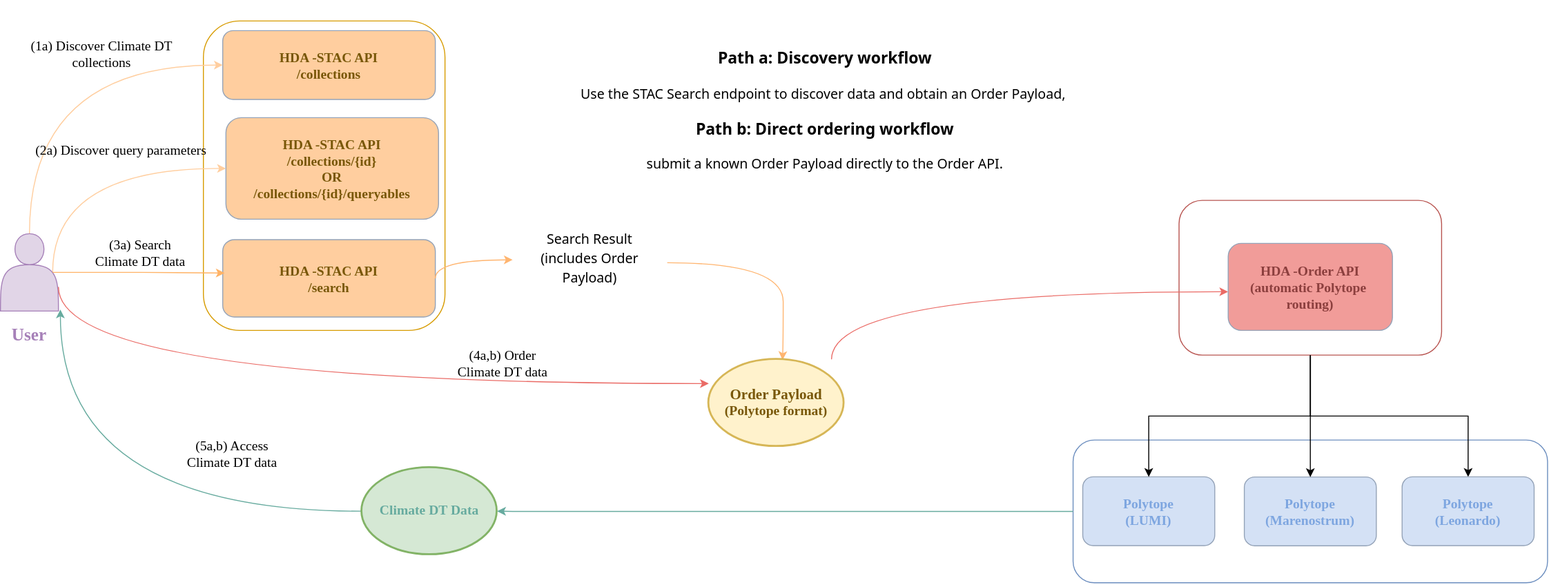
This is HDA/DestinE_Digital_Twins/img/climatePlotter.drawio.svg from destination-earth/DestinE-DataLake-Lab, a draw.io export, as it was before one commit. Source tidied: cells renumbered, new cells last; positions are measured from the earlier drawing's top-left corner, leaving out a move shared by most shapes.
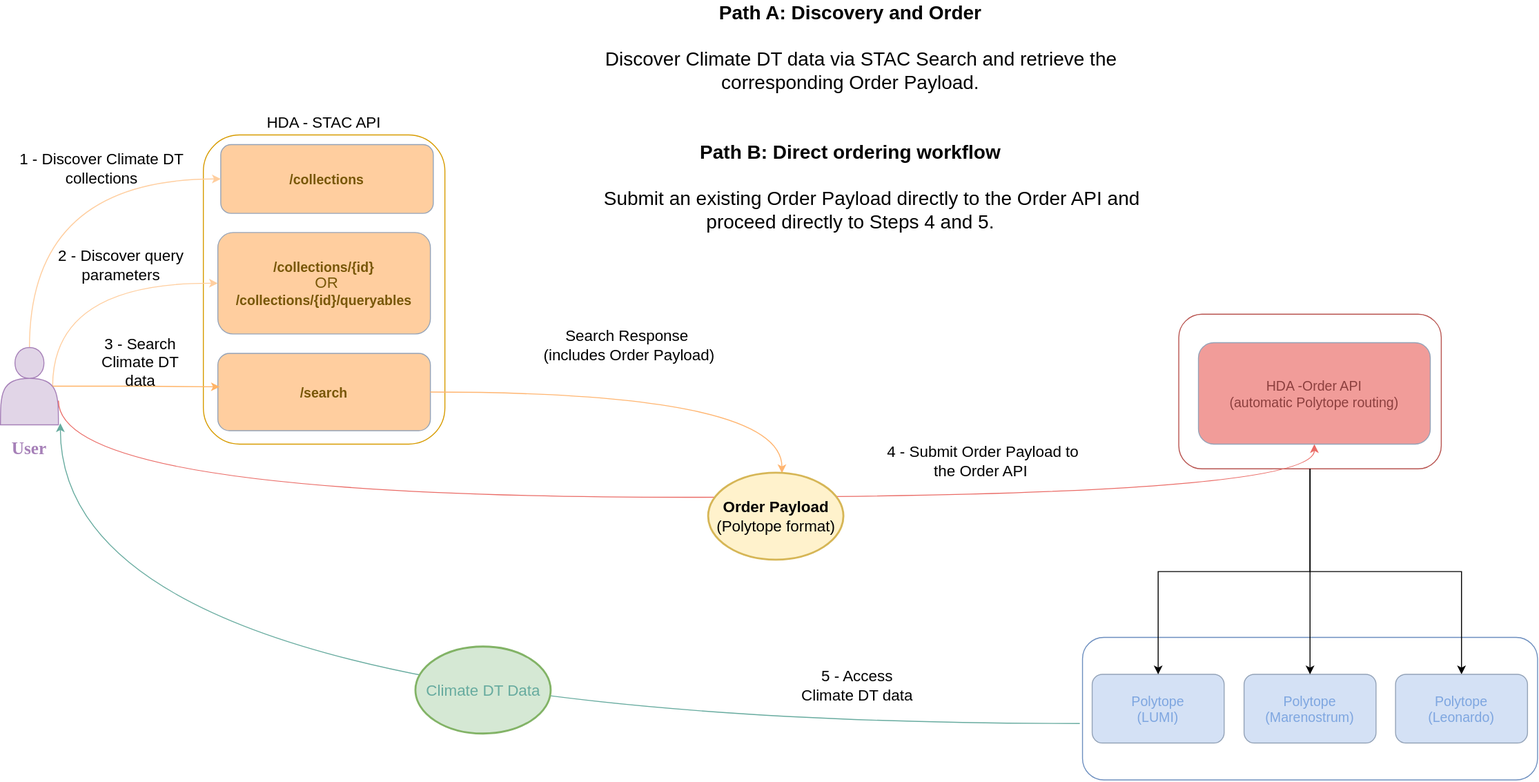
Above is the later version.

What changed in the source:
```diff
@@ -2,24 +2,30 @@
   <root>
     <mxCell id="0" />
     <mxCell id="1" parent="0" />
-    <mxCell id="2" value="Cloud A" style="rounded=1;whiteSpace=wrap;html=1;fillColor=#FFFFFF;strokeColor=#d79b00;" parent="1" vertex="1">
+    <mxCell id="2" value="Cloud A" style="rounded=1;whiteSpace=wrap;html=1;fillColor=#FFFFFF;strokeColor=#d79b00;fontSize=14;" parent="1" vertex="1">
       <mxGeometry x="210" y="9" width="250" height="320" as="geometry" />
     </mxCell>
-    <mxCell id="3" value="HDA -STAC API&#10;/collections" style="rounded=1;fillColor=#FFCE9F;strokeColor=#94A3B8;fontFamily=Comic Sans MS;fontColor=#785708;fontStyle=1;fontSize=14;" parent="2" vertex="1">
-      <mxGeometry x="20" y="10" width="220" height="71.1" as="geometry" />
+    <mxCell id="3" value="/collections" style="rounded=1;fillColor=#FFCE9F;strokeColor=#94A3B8;fontFamily=Helvetica;fontColor=#785708;fontStyle=1;fontSize=14;" parent="2" vertex="1">
+      <mxGeometry x="18" y="10" width="220" height="71.1" as="geometry" />
     </mxCell>
-    <mxCell id="4" value="HDA -STAC API&#10;/collections/{id}&#10;OR&#10;/collections/{id}/queryables" style="rounded=1;fillColor=#FFCE9F;strokeColor=#94A3B8;fontColor=#785708;fontStyle=1;fontFamily=Comic Sans MS;fontSize=14;" parent="2" vertex="1">
-      <mxGeometry x="23.3" y="100" width="220" height="105" as="geometry" />
+    <mxCell id="4" value="/collections/{id}&#10;&#10;/collections/{id}/queryables" style="rounded=1;fillColor=#FFCE9F;strokeColor=#94A3B8;fontColor=#785708;fontStyle=1;fontFamily=Helvetica;fontSize=14;" parent="2" vertex="1">
+      <mxGeometry x="15" y="101" width="220" height="105" as="geometry" />
     </mxCell>
-    <mxCell id="5" value="HDA -STAC API&#10;/search" style="rounded=1;fillColor=#FFCE9F;strokeColor=#94A3B8;fontStyle=1;fontFamily=Comic Sans MS;fontColor=#785708;fontSize=14;" parent="2" vertex="1">
-      <mxGeometry x="20" y="226.1" width="220" height="80" as="geometry" />
+    <mxCell id="5" value="/search" style="rounded=1;fillColor=#FFCE9F;strokeColor=#94A3B8;fontStyle=1;fontFamily=Helvetica;fontColor=#785708;fontSize=14;" parent="2" vertex="1">
+      <mxGeometry x="15" y="226.1" width="220" height="80" as="geometry" />
     </mxCell>
+    <mxCell id="36" value="&lt;font style=&quot;font-size: 16px; color: rgb(120, 87, 8);&quot;&gt;OR&lt;/font&gt;" style="text;html=1;whiteSpace=wrap;strokeColor=none;fillColor=none;align=center;verticalAlign=middle;rounded=0;fontSize=14;" parent="2" vertex="1">
+      <mxGeometry x="98" y="137.5" width="60" height="30" as="geometry" />
+    </mxCell>
     <mxCell id="6" style="rounded=1;whiteSpace=wrap;html=1;fillColor=#FFFFFF;strokeColor=#6c8ebf;" parent="1" vertex="1">
-      <mxGeometry x="1110" y="442.4" width="491" height="147.6" as="geometry" />
+      <mxGeometry x="1120" y="529" width="471" height="147.6" as="geometry" />
     </mxCell>
     <mxCell id="7" style="edgeStyle=orthogonalEdgeStyle;rounded=0;jettySize=auto;html=1;" parent="1" edge="1" source="8" target="25">
       <mxGeometry relative="1" as="geometry" />
     </mxCell>
+    <mxCell id="37" style="edgeStyle=orthogonalEdgeStyle;rounded=0;jettySize=auto;html=1;exitX=0.5;exitY=1;exitDx=0;exitDy=0;entryX=0.5;entryY=1;entryDx=0;entryDy=0;" parent="1" edge="1" source="8" target="34">
+      <mxGeometry relative="1" as="geometry" />
+    </mxCell>
     <mxCell id="8" style="rounded=1;whiteSpace=wrap;html=1;fillColor=#FFFFFF;strokeColor=#b85450;" parent="1" vertex="1">
       <mxGeometry x="1219.7" y="194.6" width="271.7" height="160" as="geometry" />
     </mxCell>
@@ -39,17 +45,17 @@
     <mxCell id="12" value="User" style="text;html=1;whiteSpace=wrap;strokeColor=none;fillColor=none;align=center;verticalAlign=middle;rounded=0;fontColor=#A680B8;fontStyle=1;fontFamily=Comic Sans MS;fontSize=18;" parent="1" vertex="1">
       <mxGeometry y="319" width="60" height="30" as="geometry" />
     </mxCell>
-    <mxCell id="13" value="Polytope &#10;(LUMI)" style="rounded=1;fillColor=#D4E1F5;strokeColor=#94A3B8;fontStyle=1;fontFamily=Comic Sans MS;fontColor=#7EA6E0;fontSize=14;" parent="1" vertex="1">
-      <mxGeometry x="1120" y="480.4" width="136.6" height="71.1" as="geometry" />
+    <mxCell id="13" value="Polytope &#10;(LUMI)" style="rounded=1;fillColor=#D4E1F5;strokeColor=#94A3B8;fontStyle=0;fontFamily=Helvetica;fontColor=#7EA6E0;fontSize=14;" parent="1" vertex="1">
+      <mxGeometry x="1130" y="567.2" width="136.6" height="71.1" as="geometry" />
     </mxCell>
-    <mxCell id="14" style="edgeStyle=orthogonalEdgeStyle;rounded=0;jettySize=auto;html=1;curved=1;entryX=1.033;entryY=0.98;entryDx=0;entryDy=0;entryPerimeter=0;strokeColor=#67AB9F;" parent="1" edge="1" source="15" target="11">
+    <mxCell id="14" style="edgeStyle=orthogonalEdgeStyle;rounded=0;jettySize=auto;html=1;curved=1;entryX=1.033;entryY=0.98;entryDx=0;entryDy=0;entryPerimeter=0;strokeColor=#67AB9F;exitX=-0.006;exitY=0.604;exitDx=0;exitDy=0;exitPerimeter=0;" parent="1" edge="1" source="6" target="11">
       <mxGeometry relative="1" as="geometry" />
     </mxCell>
-    <mxCell id="15" value="&lt;b&gt;&lt;font face=&quot;Comic Sans MS&quot; style=&quot;color: rgb(103, 171, 159); font-size: 14px;&quot;&gt;Climate DT Data&lt;/font&gt;&lt;/b&gt;" style="strokeWidth=2;html=1;shape=mxgraph.flowchart.start_1;whiteSpace=wrap;strokeColor=#82b366;fillColor=#d5e8d4;" parent="1" vertex="1">
-      <mxGeometry x="374" y="471" width="140" height="90" as="geometry" />
+    <mxCell id="15" value="&lt;font style=&quot;font-size: 16px;&quot; face=&quot;Helvetica&quot;&gt;&lt;font style=&quot;color: rgb(103, 171, 159);&quot;&gt;Climate DT Data&lt;/font&gt;&lt;/font&gt;" style="strokeWidth=2;html=1;shape=mxgraph.flowchart.start_1;whiteSpace=wrap;strokeColor=#82b366;fillColor=#d5e8d4;fontSize=14;" parent="1" vertex="1">
+      <mxGeometry x="430" y="539" width="140" height="90" as="geometry" />
     </mxCell>
-    <mxCell id="16" value="Polytope &#10;(Marenostrum)" style="rounded=1;fillColor=#D4E1F5;strokeColor=#94A3B8;fontColor=#7EA6E0;fontStyle=1;fontFamily=Comic Sans MS;fontSize=14;" parent="1" vertex="1">
-      <mxGeometry x="1287.2" y="480.6" width="136.6" height="71.1" as="geometry" />
+    <mxCell id="16" value="Polytope &#10;(Marenostrum)" style="rounded=1;fillColor=#D4E1F5;strokeColor=#94A3B8;fontColor=#7EA6E0;fontStyle=0;fontFamily=Helvetica;fontSize=14;" parent="1" vertex="1">
+      <mxGeometry x="1287.2" y="567.2" width="136.6" height="71.1" as="geometry" />
     </mxCell>
     <mxCell id="17" style="edgeStyle=orthogonalEdgeStyle;rounded=0;jettySize=auto;html=1;entryX=0.5;entryY=0;entryDx=0;entryDy=0;" parent="1" edge="1" source="8" target="13">
       <mxGeometry relative="1" as="geometry" />
@@ -57,78 +63,60 @@
     <mxCell id="18" style="edgeStyle=orthogonalEdgeStyle;rounded=0;jettySize=auto;html=1;exitX=0.5;exitY=1;exitDx=0;exitDy=0;entryX=0.5;entryY=0;entryDx=0;entryDy=0;" parent="1" edge="1" source="8" target="16">
       <mxGeometry relative="1" as="geometry" />
     </mxCell>
-    <mxCell id="19" style="edgeStyle=orthogonalEdgeStyle;rounded=0;jettySize=auto;html=1;exitX=0;exitY=0.5;exitDx=0;exitDy=0;entryX=1;entryY=0.5;entryDx=0;entryDy=0;entryPerimeter=0;strokeColor=#67AB9F;" parent="1" edge="1" source="6" target="15">
-      <mxGeometry relative="1" as="geometry">
-        <Array as="points">
-          <mxPoint x="530" y="516.2" />
-        </Array>
-      </mxGeometry>
-    </mxCell>
-    <mxCell id="20" value="&lt;font face=&quot;Comic Sans MS&quot; style=&quot;font-size: 14px;&quot;&gt;(1a) Discover Climate DT collections&lt;/font&gt;" style="text;html=1;whiteSpace=wrap;strokeColor=none;fillColor=none;align=center;verticalAlign=middle;rounded=0;" parent="1" vertex="1">
+    <mxCell id="20" value="&lt;p&gt;&lt;font face=&quot;Helvetica&quot; style=&quot;font-size: 16px;&quot;&gt;1 - Discover Climate DT collections&lt;/font&gt;&lt;/p&gt;" style="text;html=1;whiteSpace=wrap;strokeColor=none;fillColor=none;align=center;verticalAlign=middle;rounded=0;fontSize=14;" parent="1" vertex="1">
       <mxGeometry x="10" y="29" width="190" height="30" as="geometry" />
     </mxCell>
-    <mxCell id="21" value="&lt;font face=&quot;Comic Sans MS&quot; style=&quot;font-size: 14px;&quot;&gt;(3a) Search &lt;br&gt;Climate DT data&lt;/font&gt;" style="text;html=1;whiteSpace=wrap;strokeColor=none;fillColor=none;align=center;verticalAlign=middle;rounded=0;" parent="1" vertex="1">
-      <mxGeometry x="50" y="235.1" width="190" height="30" as="geometry" />
-    </mxCell>
-    <mxCell id="22" value="&lt;font face=&quot;Comic Sans MS&quot; style=&quot;font-size: 14px;&quot;&gt;(2a) Discover query parameters&lt;br&gt;&lt;/font&gt;" style="text;html=1;whiteSpace=wrap;strokeColor=none;fillColor=none;align=center;verticalAlign=middle;rounded=0;" parent="1" vertex="1">
+    <mxCell id="22" value="&lt;p&gt;&lt;font face=&quot;Helvetica&quot; style=&quot;font-size: 16px;&quot;&gt;2 - Discover query parameters&lt;/font&gt;&lt;font face=&quot;Helvetica&quot; size=&quot;3&quot;&gt;&lt;br&gt;&lt;/font&gt;&lt;/p&gt;" style="text;html=1;whiteSpace=wrap;strokeColor=none;fillColor=none;align=center;verticalAlign=middle;rounded=0;fontFamily=Helvetica;fontSize=14;fontColor=default;fontStyle=0;" parent="1" vertex="1">
       <mxGeometry x="30" y="129" width="190" height="30" as="geometry" />
     </mxCell>
-    <mxCell id="23" value="&lt;font face=&quot;Comic Sans MS&quot;&gt;&lt;span style=&quot;font-size: 14px;&quot;&gt;(4a,b) Order &lt;br&gt;Climate DT data&lt;/span&gt;&lt;/font&gt;" style="text;html=1;whiteSpace=wrap;strokeColor=none;fillColor=none;align=center;verticalAlign=middle;rounded=0;" parent="1" vertex="1">
-      <mxGeometry x="420" y="349" width="200" height="30" as="geometry" />
+    <mxCell id="23" value="&lt;p&gt;&lt;font style=&quot;font-size: 16px;&quot; face=&quot;Helvetica&quot;&gt;&amp;nbsp;&lt;/font&gt;&lt;font size=&quot;3&quot; face=&quot;Helvetica&quot;&gt;4&amp;nbsp;- Submit Order Payload to the Order API&lt;/font&gt;&lt;/p&gt;&lt;div style=&quot;font-style: normal; line-height: 20px;&quot;&gt;&lt;p class=&quot;ZFBmb0dx VWFOamt0 enMwc1pv&quot;&gt;&lt;br&gt;&lt;/p&gt;&lt;/div&gt;" style="text;html=1;whiteSpace=wrap;strokeColor=none;fillColor=none;align=center;verticalAlign=middle;rounded=0;fontFamily=Helvetica;fontSize=14;fontColor=default;fontStyle=0;" parent="1" vertex="1">
+      <mxGeometry x="900" y="349" width="230" height="30" as="geometry" />
     </mxCell>
-    <mxCell id="24" value="&lt;font face=&quot;Comic Sans MS&quot;&gt;&lt;span style=&quot;font-size: 14px;&quot;&gt;(5a,b) Access&lt;/span&gt;&lt;/font&gt;&lt;div&gt;&lt;font face=&quot;Comic Sans MS&quot;&gt;&lt;span style=&quot;font-size: 14px;&quot;&gt;Climate DT data&lt;/span&gt;&lt;/font&gt;&lt;/div&gt;" style="text;html=1;whiteSpace=wrap;strokeColor=none;fillColor=none;align=center;verticalAlign=middle;rounded=0;" parent="1" vertex="1">
-      <mxGeometry x="140" y="442.4" width="200" height="30" as="geometry" />
+    <mxCell id="24" value="&lt;font face=&quot;Helvetica&quot; style=&quot;font-size: 16px;&quot;&gt;5 - Access&lt;/font&gt;&lt;div&gt;&lt;font face=&quot;Helvetica&quot; style=&quot;font-size: 16px;&quot;&gt;Climate DT data&lt;/font&gt;&lt;/div&gt;" style="text;html=1;whiteSpace=wrap;strokeColor=none;fillColor=none;align=center;verticalAlign=middle;rounded=0;fontFamily=Helvetica;fontSize=14;fontColor=default;fontStyle=0;" parent="1" vertex="1">
+      <mxGeometry x="787" y="564" width="200" height="30" as="geometry" />
     </mxCell>
-    <mxCell id="25" value="Polytope &#10;(Leonardo)" style="rounded=1;fillColor=#D4E1F5;strokeColor=#94A3B8;fontStyle=1;fontFamily=Comic Sans MS;fontColor=#7EA6E0;fontSize=14;" parent="1" vertex="1">
-      <mxGeometry x="1450.5" y="480.4" width="136.6" height="71.1" as="geometry" />
+    <mxCell id="25" value="Polytope &#10;(Leonardo)" style="rounded=1;fillColor=#D4E1F5;strokeColor=#94A3B8;fontStyle=0;fontFamily=Helvetica;fontColor=#7EA6E0;fontSize=14;" parent="1" vertex="1">
+      <mxGeometry x="1444" y="567.2" width="136.6" height="71.1" as="geometry" />
     </mxCell>
     <mxCell id="26" style="edgeStyle=orthogonalEdgeStyle;rounded=0;orthogonalLoop=1;jettySize=auto;html=1;innerLoopWaypoints=1;exitX=0.5;exitY=1;exitDx=0;exitDy=0;exitPerimeter=0;" parent="1" edge="1" source="32" target="32">
       <mxGeometry relative="1" as="geometry" />
     </mxCell>
-    <mxCell id="27" style="edgeStyle=orthogonalEdgeStyle;rounded=0;jettySize=auto;html=1;curved=1;strokeColor=#FFB570;entryX=0.545;entryY=0.007;entryDx=0;entryDy=0;entryPerimeter=0;" parent="1" edge="1" source="29" target="32">
-      <mxGeometry x="-0.38" relative="1" as="geometry">
-        <Array as="points">
-          <mxPoint x="810" y="259" />
-          <mxPoint x="810" y="339.6" />
-        </Array>
-      </mxGeometry>
-    </mxCell>
-    <mxCell id="28" style="edgeStyle=orthogonalEdgeStyle;rounded=0;jettySize=auto;html=1;exitX=1;exitY=0.5;exitDx=0;exitDy=0;curved=1;strokeColor=#FFB570;" parent="1" edge="1" source="5" target="29">
-      <mxGeometry x="-0.16" relative="1" as="geometry">
+    <mxCell id="28" style="edgeStyle=orthogonalEdgeStyle;rounded=0;jettySize=auto;html=1;exitX=1;exitY=0.5;exitDx=0;exitDy=0;curved=1;strokeColor=#FFB570;entryX=0.542;entryY=0;entryDx=0;entryDy=0;entryPerimeter=0;" parent="1" edge="1" source="5" target="32">
+      <mxGeometry x="-0.54" relative="1" as="geometry">
         <Array as="points">
-          <mxPoint x="450" y="256" />
+          <mxPoint x="808.9" y="275.1" />
         </Array>
       </mxGeometry>
     </mxCell>
-    <mxCell id="29" value="&lt;div style=&quot;font-family:'Segoe UI';font-size:14px;font-style:normal;font-weight:400;line-height:20px&quot;&gt;&lt;div class=&quot;ZFBmb0dx VWFOamt0 enMwc1pv&quot;&gt;Search Result&lt;/div&gt;&lt;div class=&quot;dUlWSlBK TWVSSWVU&quot;&gt;&lt;/div&gt;&lt;div class=&quot;ZFBmb0dx VWFOamt0 enMwc1pv&quot;&gt;(includes Order Payload)&lt;/div&gt;&lt;/div&gt;" style="text;html=1;whiteSpace=wrap;strokeColor=none;fillColor=none;align=center;verticalAlign=middle;rounded=0;" parent="1" vertex="1">
-      <mxGeometry x="530" y="239" width="160" height="30" as="geometry" />
+    <mxCell id="29" value="&lt;div style=&quot;font-style: normal; font-weight: 400; line-height: 20px;&quot;&gt;&lt;blockquote&gt;&lt;p&gt;&lt;font face=&quot;Helvetica&quot; style=&quot;font-size: 16px;&quot;&gt;Search Response&amp;nbsp;&lt;br&gt;(includes Order Payload)&lt;/font&gt;&lt;/p&gt;&lt;/blockquote&gt;&lt;font face=&quot;Helvetica&quot; size=&quot;3&quot;&gt;&lt;br&gt;&lt;/font&gt;&lt;p&gt;&lt;/p&gt;&lt;/div&gt;" style="text;html=1;whiteSpace=wrap;strokeColor=none;fillColor=none;align=center;verticalAlign=middle;rounded=0;fontSize=14;" parent="1" vertex="1">
+      <mxGeometry x="515.3" y="225.2" width="271.7" height="37.5" as="geometry" />
     </mxCell>
     <mxCell id="30" style="edgeStyle=orthogonalEdgeStyle;rounded=0;jettySize=auto;html=1;entryX=0.009;entryY=0.432;entryDx=0;entryDy=0;entryPerimeter=0;exitX=0.9;exitY=0.5;exitDx=0;exitDy=0;exitPerimeter=0;strokeColor=#FFB366;" parent="1" edge="1" source="11" target="5">
       <mxGeometry x="0.03" relative="1" as="geometry" />
     </mxCell>
-    <mxCell id="31" style="edgeStyle=orthogonalEdgeStyle;rounded=0;jettySize=auto;html=1;curved=1;strokeColor=#EA6B66;exitX=1;exitY=0.75;exitDx=0;exitDy=0;" parent="1" edge="1" target="32">
-      <mxGeometry x="-0.54" relative="1" as="geometry">
+    <mxCell id="31" style="edgeStyle=orthogonalEdgeStyle;rounded=0;jettySize=auto;html=1;curved=1;strokeColor=#EA6B66;exitX=1;exitY=0.75;exitDx=0;exitDy=0;" parent="1" edge="1" target="34">
+      <mxGeometry x="-0.75" relative="1" as="geometry">
         <mxPoint x="60" y="284" as="sourcePoint" />
         <Array as="points">
           <mxPoint x="60" y="384" />
+          <mxPoint x="1360" y="384" />
         </Array>
       </mxGeometry>
     </mxCell>
-    <mxCell id="32" value="&lt;b&gt;&lt;font face=&quot;Comic Sans MS&quot; style=&quot;&quot;&gt;&lt;span style=&quot;font-size: 15px;&quot;&gt;Order Payload&lt;/span&gt;&lt;br&gt;&lt;font style=&quot;font-size: 14px;&quot;&gt;(Polytope format)&lt;/font&gt;&lt;/font&gt;&lt;/b&gt;" style="strokeWidth=2;html=1;shape=mxgraph.flowchart.start_1;whiteSpace=wrap;strokeColor=#d6b656;fillColor=#fff2cc;fontColor=#785708;" parent="1" vertex="1">
+    <mxCell id="32" value="&lt;font face=&quot;Helvetica&quot; style=&quot;font-size: 16px;&quot;&gt;&lt;font style=&quot;&quot;&gt;&lt;b&gt;Order Payload&lt;/b&gt;&lt;br&gt;&lt;font&gt;(Polytope format)&lt;/font&gt;&lt;/font&gt;&lt;/font&gt;" style="strokeWidth=2;html=1;shape=mxgraph.flowchart.start_1;whiteSpace=wrap;strokeColor=#d6b656;fillColor=#fff2cc;fontSize=14;" parent="1" vertex="1">
       <mxGeometry x="733" y="359" width="140" height="90" as="geometry" />
     </mxCell>
-    <mxCell id="33" style="edgeStyle=orthogonalEdgeStyle;rounded=0;jettySize=auto;html=1;curved=1;strokeColor=#EA6B66;" parent="1" edge="1" source="32" target="34">
-      <mxGeometry x="-0.54" relative="1" as="geometry">
-        <Array as="points">
-          <mxPoint x="860" y="289" />
-        </Array>
-      </mxGeometry>
-    </mxCell>
-    <mxCell id="34" value="HDA -Order API&#10;(automatic Polytope &#10;routing)" style="rounded=1;fillColor=#F19C99;strokeColor=#94A3B8;fontSize=14;fontColor=#8C3F3E;fontStyle=1;fontFamily=Comic Sans MS;" parent="1" vertex="1">
-      <mxGeometry x="1270.5" y="239" width="170" height="90" as="geometry" />
+    <mxCell id="34" value="HDA -Order API&#10;(automatic Polytope routing)" style="rounded=1;fillColor=#F19C99;strokeColor=#94A3B8;fontSize=14;fontColor=#8C3F3E;fontStyle=0;fontFamily=Helvetica;" parent="1" vertex="1">
+      <mxGeometry x="1240" y="224" width="240" height="105" as="geometry" />
     </mxCell>
-    <mxCell id="35" value="&lt;div style=&quot;font-family:'Segoe UI';font-size:14px;font-style:normal;font-weight:400;line-height:20px&quot;&gt;&lt;blockquote&gt;&lt;p&gt;&amp;nbsp;&lt;/p&gt;&lt;div style=&quot;font-family:'Segoe UI';font-size:14px;font-style:normal;font-weight:400;line-height:20px&quot;&gt;&lt;h3&gt;Path a: Discovery workflow&lt;/h3&gt;&lt;/div&gt;Use the STAC Search endpoint to discover data and obtain an Order Payload,&amp;nbsp;&lt;div style=&quot;font-family:'Segoe UI';font-size:14px;font-style:normal;font-weight:400;line-height:20px&quot;&gt;&lt;h3&gt;Path b: Direct ordering workflow&lt;/h3&gt;&lt;/div&gt;submit a known Order Payload directly to the Order API.&lt;p&gt;&lt;/p&gt;&lt;br&gt;&lt;/blockquote&gt;&lt;br&gt;&lt;p&gt;&lt;/p&gt;&lt;/div&gt;" style="text;html=1;whiteSpace=wrap;strokeColor=none;fillColor=none;align=center;verticalAlign=middle;rounded=0;" parent="1" vertex="1">
-      <mxGeometry x="310" y="0.1" width="1087.1" height="235" as="geometry" />
-    </mxCell>
+    <mxCell id="38" value="&lt;h2&gt;&lt;font style=&quot;font-size: 16px;&quot; face=&quot;Helvetica&quot;&gt;&lt;span style=&quot;font-weight: normal;&quot;&gt;HDA - STAC API&lt;/span&gt;&lt;/font&gt;&lt;/h2&gt;" style="text;html=1;whiteSpace=wrap;strokeColor=none;fillColor=none;align=center;verticalAlign=middle;rounded=0;fontSize=14;" parent="1" vertex="1">
+      <mxGeometry x="265" y="-21" width="140" height="30" as="geometry" />
+    </mxCell>
+    <mxCell id="39" value="&lt;p&gt;&lt;font face=&quot;Helvetica&quot; style=&quot;font-size: 16px;&quot;&gt;3 - Search&lt;br&gt;&lt;font&gt;Climate DT data&lt;/font&gt;&lt;/font&gt;&lt;/p&gt;" style="text;html=1;whiteSpace=wrap;strokeColor=none;fillColor=none;align=center;verticalAlign=middle;rounded=0;fontFamily=Helvetica;fontSize=14;fontColor=default;fontStyle=0;" parent="1" vertex="1">
+      <mxGeometry x="90" y="229" width="110" height="30" as="geometry" />
+    </mxCell>
+    <mxCell id="40" value="&lt;font style=&quot;font-size: 20px;&quot;&gt;&lt;b&gt;Path A: Discovery and Order&lt;/b&gt;&lt;br&gt;&lt;br&gt;&amp;nbsp; &amp;nbsp; Discover Climate DT data via STAC Search and retrieve the corresponding Order Payload.&lt;br&gt;&lt;br&gt;&lt;br&gt;&lt;b&gt;Path B: Direct ordering workflow&lt;/b&gt;&lt;br&gt;&lt;br&gt;&amp;nbsp; &amp;nbsp; &amp;nbsp; &amp;nbsp; Submit an existing Order Payload directly to the Order API and proceed directly to Steps 4 and 5.&lt;/font&gt;" style="text;html=1;whiteSpace=wrap;strokeColor=none;fillColor=none;align=center;verticalAlign=middle;rounded=0;fontSize=16;" parent="1" vertex="1">
+      <mxGeometry x="570" y="-111" width="620" height="201.1" as="geometry" />
+    </mxCell>
   </root>
 </mxGraphModel>
```
